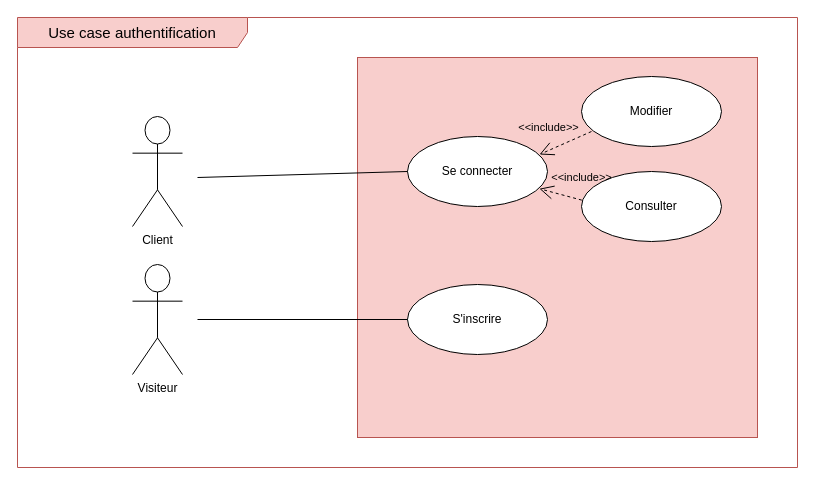
The draw.io diagram Etude fonctionnelle/Use-case-diagrams/Use-case-4/Use_case_4.drawio in onlynks/Projet_5, before the edit. Source tidied: cells renumbered, new cells numbered last; positions are measured from the earlier drawing's top-left corner, leaving out a move shared by most shapes. Both pictures are drawn from the tidied source at 100%, with x=0, y=0 at pixel (17, 17).
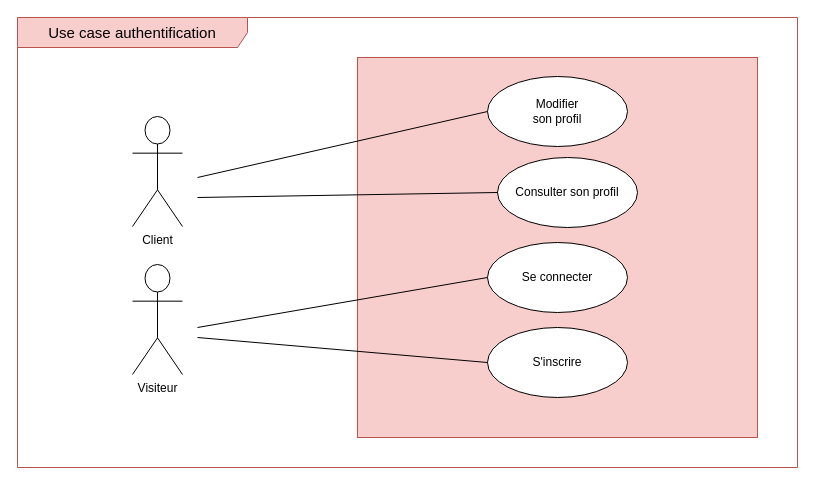
After the change.

The edit, as a diff of the source:
```diff
@@
 <mxGraphModel>
   <root>
     <mxCell id="0" />
     <mxCell id="1" parent="0" />
     <mxCell id="2" value="&lt;font style=&quot;font-size: 15px&quot;&gt;Use case authentification&lt;/font&gt;" style="shape=umlFrame;whiteSpace=wrap;html=1;width=230;height=30;fillColor=#f8cecc;strokeColor=#b85450;" parent="1" vertex="1">
       <mxGeometry width="780" height="450" as="geometry" />
     </mxCell>
     <mxCell id="3" style="rounded=0;whiteSpace=wrap;html=1;fillColor=#f8cecc;strokeColor=#b85450;" parent="1" vertex="1">
       <mxGeometry x="340" y="40" width="400" height="380" as="geometry" />
     </mxCell>
     <mxCell id="4" value="Client" style="shape=umlActor;verticalLabelPosition=bottom;labelBackgroundColor=#ffffff;verticalAlign=top;html=1;" parent="1" vertex="1">
       <mxGeometry x="115" y="99" width="50" height="110" as="geometry" />
     </mxCell>
     <mxCell id="5" value="Visiteur" style="shape=umlActor;verticalLabelPosition=bottom;labelBackgroundColor=#ffffff;verticalAlign=top;html=1;" parent="1" vertex="1">
       <mxGeometry x="115" y="247" width="50" height="110" as="geometry" />
     </mxCell>
     <mxCell id="6" value="Se connecter" style="ellipse;whiteSpace=wrap;html=1;" parent="1" vertex="1">
-      <mxGeometry x="390" y="119" width="140" height="70" as="geometry" />
+      <mxGeometry x="470" y="225" width="140" height="70" as="geometry" />
     </mxCell>
     <mxCell id="7" value="S'inscrire" style="ellipse;whiteSpace=wrap;html=1;" parent="1" vertex="1">
-      <mxGeometry x="390" y="267" width="140" height="70" as="geometry" />
+      <mxGeometry x="470" y="310" width="140" height="70" as="geometry" />
     </mxCell>
-    <mxCell id="8" value="Modifier" style="ellipse;whiteSpace=wrap;html=1;" parent="1" vertex="1">
-      <mxGeometry x="564" y="59" width="140" height="70" as="geometry" />
+    <mxCell id="8" value="Modifier&lt;br&gt;son profil&lt;br&gt;" style="ellipse;whiteSpace=wrap;html=1;" parent="1" vertex="1">
+      <mxGeometry x="470" y="59" width="140" height="70" as="geometry" />
     </mxCell>
-    <mxCell id="9" value="Consulter" style="ellipse;whiteSpace=wrap;html=1;" parent="1" vertex="1">
-      <mxGeometry x="564" y="154" width="140" height="70" as="geometry" />
+    <mxCell id="9" value="Consulter son profil" style="ellipse;whiteSpace=wrap;html=1;" parent="1" vertex="1">
+      <mxGeometry x="480" y="140" width="140" height="70" as="geometry" />
     </mxCell>
-    <mxCell id="10" style="endArrow=none;html=1;entryX=0;entryY=0.5;entryDx=0;entryDy=0;" parent="1" edge="1" target="7">
-      <mxGeometry relative="1" as="geometry">
-        <mxPoint x="180" y="302" as="sourcePoint" />
-      </mxGeometry>
-    </mxCell>
-    <mxCell id="11" style="endArrow=none;html=1;entryX=0;entryY=0.5;entryDx=0;entryDy=0;" parent="1" edge="1" target="6">
-      <mxGeometry relative="1" as="geometry">
-        <mxPoint x="180" y="160" as="sourcePoint" />
-      </mxGeometry>
-    </mxCell>
-    <mxCell id="12" value="&amp;lt;&amp;lt;include&amp;gt;&amp;gt;" style="endArrow=open;endSize=12;dashed=1;html=1;entryX=0.943;entryY=0.257;entryDx=0;entryDy=0;entryPerimeter=0;exitX=0.071;exitY=0.786;exitDx=0;exitDy=0;exitPerimeter=0;labelBackgroundColor=none;" parent="1" edge="1" source="8" target="6">
-      <mxGeometry x="0.35" y="-21" relative="1" as="geometry" />
-    </mxCell>
-    <mxCell id="13" value="&amp;lt;&amp;lt;include&amp;gt;&amp;gt;" style="endArrow=open;endSize=12;dashed=1;html=1;labelBackgroundColor=none;entryX=0.942;entryY=0.746;entryDx=0;entryDy=0;entryPerimeter=0;exitX=0.002;exitY=0.409;exitDx=0;exitDy=0;exitPerimeter=0;" parent="1" edge="1" source="9" target="6">
-      <mxGeometry x="-0.73" y="-22" relative="1" as="geometry" />
-    </mxCell>
+    <mxCell id="14" style="endArrow=none;html=1;entryX=0;entryY=0.5;entryDx=0;entryDy=0;" parent="1" edge="1" target="7">
+      <mxGeometry relative="1" as="geometry">
+        <mxPoint x="180" y="320" as="sourcePoint" />
+      </mxGeometry>
+    </mxCell>
+    <mxCell id="15" style="endArrow=none;html=1;entryX=0;entryY=0.5;entryDx=0;entryDy=0;" parent="1" edge="1" target="6">
+      <mxGeometry relative="1" as="geometry">
+        <mxPoint x="180" y="310" as="sourcePoint" />
+      </mxGeometry>
+    </mxCell>
+    <mxCell id="16" style="endArrow=none;html=1;entryX=0;entryY=0.5;entryDx=0;entryDy=0;" parent="1" edge="1" target="8">
+      <mxGeometry relative="1" as="geometry">
+        <mxPoint x="180" y="160" as="sourcePoint" />
+      </mxGeometry>
+    </mxCell>
+    <mxCell id="17" style="endArrow=none;html=1;entryX=0;entryY=0.5;entryDx=0;entryDy=0;" parent="1" edge="1" target="9">
+      <mxGeometry relative="1" as="geometry">
+        <mxPoint x="180" y="180" as="sourcePoint" />
+      </mxGeometry>
+    </mxCell>
   </root>
 </mxGraphModel>
```
